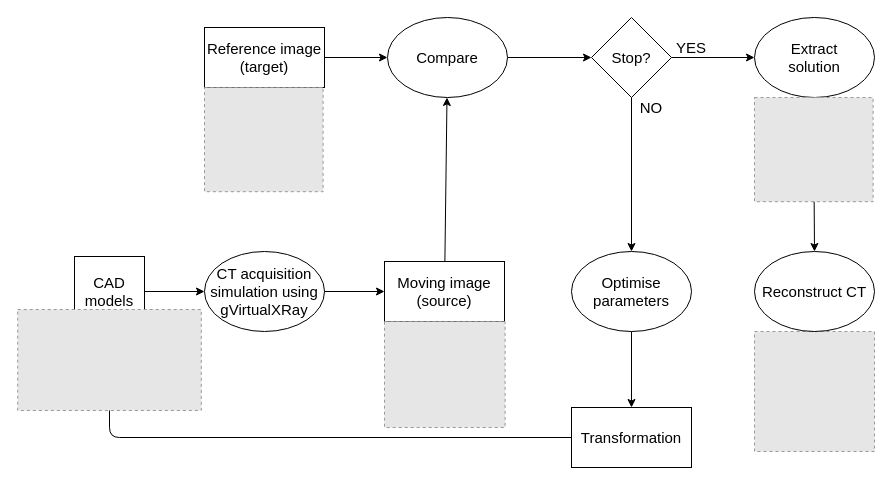
Earlier version of the draw.io diagram doc/registration.drawio (effepivi/CT2CAD-Fibres). Source tidied: cells renumbered, new cells numbered last; positions are measured from the earlier drawing's top-left corner, leaving out a move shared by most shapes. Both pictures are drawn from the tidied source at 100%, with x=0, y=0 at pixel (17, 17). Pictures stored in the file or linked from it are replaced by grey dashed boxes.
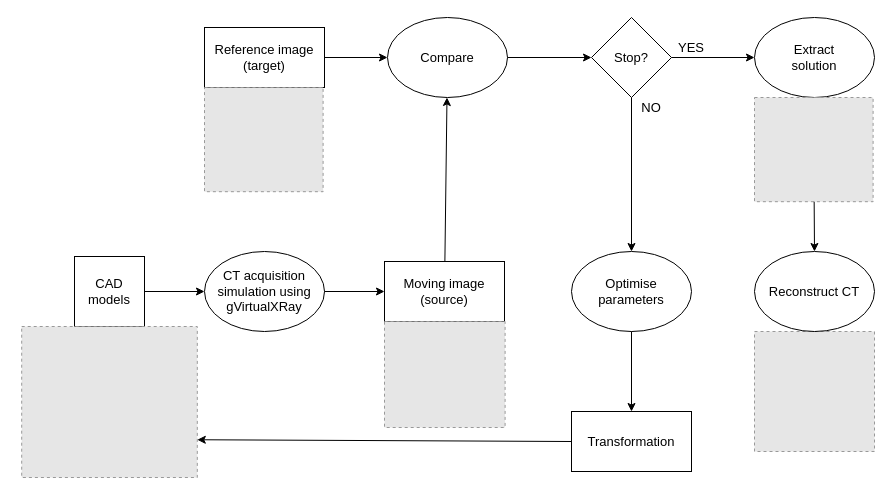
The same diagram, later.

Diff of the diagram source:
```diff
@@
-    <mxCell id="2" value="&lt;div style=&quot;font-size: 15px;&quot;&gt;Reference image&lt;/div&gt;&lt;div style=&quot;font-size: 15px;&quot;&gt;(target)&lt;br style=&quot;font-size: 15px;&quot;&gt;&lt;/div&gt;" style="rounded=0;whiteSpace=wrap;html=1;fontSize=15;" parent="1" vertex="1">
+    <mxCell id="2" value="&lt;div style=&quot;font-size: 13px;&quot;&gt;Reference image&lt;/div&gt;&lt;div style=&quot;font-size: 13px;&quot;&gt;(target)&lt;br style=&quot;font-size: 13px;&quot;&gt;&lt;/div&gt;" style="rounded=0;whiteSpace=wrap;html=1;fontSize=13;" parent="1" vertex="1">
       <mxGeometry x="187" y="10" width="120" height="60" as="geometry" />
     </mxCell>
-    <mxCell id="3" value="&lt;div style=&quot;font-size: 15px;&quot;&gt;Moving image&lt;/div&gt;&lt;div style=&quot;font-size: 15px;&quot;&gt;(source)&lt;br style=&quot;font-size: 15px;&quot;&gt;&lt;/div&gt;" style="rounded=0;whiteSpace=wrap;html=1;fontSize=15;" parent="1" vertex="1">
+    <mxCell id="3" value="&lt;div style=&quot;font-size: 13px;&quot;&gt;Moving image&lt;/div&gt;&lt;div style=&quot;font-size: 13px;&quot;&gt;(source)&lt;br style=&quot;font-size: 13px;&quot;&gt;&lt;/div&gt;" style="rounded=0;whiteSpace=wrap;html=1;fontSize=13;" parent="1" vertex="1">
       <mxGeometry x="367" y="244" width="120" height="60" as="geometry" />
     </mxCell>
-    <mxCell id="4" value="Transformation" style="rounded=0;whiteSpace=wrap;html=1;fontSize=15;" parent="1" vertex="1">
-      <mxGeometry x="554" y="390" width="120" height="60" as="geometry" />
+    <mxCell id="4" value="Transformation" style="rounded=0;whiteSpace=wrap;html=1;fontSize=13;" parent="1" vertex="1">
+      <mxGeometry x="554" y="394" width="120" height="60" as="geometry" />
     </mxCell>
-    <mxCell id="5" value="Compare" style="ellipse;whiteSpace=wrap;html=1;fontSize=15;" parent="1" vertex="1">
+    <mxCell id="5" value="Compare" style="ellipse;whiteSpace=wrap;html=1;fontSize=13;" parent="1" vertex="1">
       <mxGeometry x="370" width="120" height="80" as="geometry" />
     </mxCell>
@@
-    <mxCell id="8" value="Stop?" style="rhombus;whiteSpace=wrap;html=1;fontSize=15;" parent="1" vertex="1">
+    <mxCell id="8" value="Stop?" style="rhombus;whiteSpace=wrap;html=1;fontSize=13;" parent="1" vertex="1">
       <mxGeometry x="574" width="80" height="80" as="geometry" />
     </mxCell>
-    <mxCell id="9" value="&lt;div style=&quot;font-size: 15px;&quot;&gt;Optimise&lt;/div&gt;&lt;div style=&quot;font-size: 15px;&quot;&gt;parameters&lt;br style=&quot;font-size: 15px;&quot;&gt;&lt;/div&gt;" style="ellipse;whiteSpace=wrap;html=1;fontSize=15;" parent="1" vertex="1">
+    <mxCell id="9" value="&lt;div style=&quot;font-size: 13px;&quot;&gt;Optimise&lt;/div&gt;&lt;div style=&quot;font-size: 13px;&quot;&gt;parameters&lt;br style=&quot;font-size: 13px;&quot;&gt;&lt;/div&gt;" style="ellipse;whiteSpace=wrap;html=1;fontSize=13;" parent="1" vertex="1">
       <mxGeometry x="554" y="234" width="120" height="80" as="geometry" />
     </mxCell>
@@
-    <mxCell id="14" value="&lt;div style=&quot;font-size: 15px;&quot;&gt;Extract&lt;/div&gt;&lt;div style=&quot;font-size: 15px;&quot;&gt;solution&lt;br style=&quot;font-size: 15px;&quot;&gt;&lt;/div&gt;" style="ellipse;whiteSpace=wrap;html=1;fontSize=15;" parent="1" vertex="1">
+    <mxCell id="14" value="&lt;div style=&quot;font-size: 13px;&quot;&gt;Extract&lt;/div&gt;&lt;div style=&quot;font-size: 13px;&quot;&gt;solution&lt;br style=&quot;font-size: 13px;&quot;&gt;&lt;/div&gt;" style="ellipse;whiteSpace=wrap;html=1;fontSize=13;" parent="1" vertex="1">
       <mxGeometry x="737" width="120" height="80" as="geometry" />
     </mxCell>
-    <mxCell id="15" value="YES" style="text;html=1;strokeColor=none;fillColor=none;align=center;verticalAlign=middle;whiteSpace=wrap;rounded=0;fontSize=15;" parent="1" vertex="1">
+    <mxCell id="15" value="YES" style="text;html=1;strokeColor=none;fillColor=none;align=center;verticalAlign=middle;whiteSpace=wrap;rounded=0;fontSize=13;" parent="1" vertex="1">
       <mxGeometry x="654" y="20" width="40" height="20" as="geometry" />
     </mxCell>
-    <mxCell id="16" value="NO" style="text;html=1;strokeColor=none;fillColor=none;align=center;verticalAlign=middle;whiteSpace=wrap;rounded=0;fontSize=15;" parent="1" vertex="1">
+    <mxCell id="16" value="NO" style="text;html=1;strokeColor=none;fillColor=none;align=center;verticalAlign=middle;whiteSpace=wrap;rounded=0;fontSize=13;" parent="1" vertex="1">
       <mxGeometry x="614" y="80" width="40" height="20" as="geometry" />
     </mxCell>
@@
-    <mxCell id="19" value="Reconstruct CT" style="ellipse;whiteSpace=wrap;html=1;fontSize=15;" parent="1" vertex="1">
+    <mxCell id="19" value="Reconstruct CT" style="ellipse;whiteSpace=wrap;html=1;fontSize=13;" parent="1" vertex="1">
       <mxGeometry x="737" y="234" width="120" height="80" as="geometry" />
     </mxCell>
@@
-    <mxCell id="23" value="CAD models" style="whiteSpace=wrap;html=1;fontSize=15;" parent="1" vertex="1">
+    <mxCell id="23" value="CAD models" style="whiteSpace=wrap;html=1;fontSize=13;" parent="1" vertex="1">
       <mxGeometry x="57" y="239" width="70" height="70" as="geometry" />
     </mxCell>
-    <mxCell id="24" value="&lt;div&gt;CT acquisition&lt;/div&gt;&lt;div&gt;simulation using gVirtualXRay&lt;br&gt;&lt;/div&gt;" style="ellipse;whiteSpace=wrap;html=1;fontSize=15;" parent="1" vertex="1">
+    <mxCell id="24" value="&lt;div style=&quot;font-size: 13px;&quot;&gt;CT acquisition&lt;/div&gt;&lt;div style=&quot;font-size: 13px;&quot;&gt;simulation using gVirtualXRay&lt;br style=&quot;font-size: 13px;&quot;&gt;&lt;/div&gt;" style="ellipse;whiteSpace=wrap;html=1;fontSize=13;" parent="1" vertex="1">
       <mxGeometry x="187" y="234" width="120" height="80" as="geometry" />
     </mxCell>
@@
-    <mxCell id="27" style="endArrow=classic;html=1;fontSize=15;" parent="1" edge="1" source="4">
-      <mxGeometry relative="1" as="geometry">
-        <mxPoint x="92" y="380" as="targetPoint" />
-        <Array as="points">
-          <mxPoint x="92" y="420" />
-        </Array>
-      </mxGeometry>
-    </mxCell>
     <mxCell id="28" style="fillColor=#E6E6E6;strokeColor=#999999;dashed=1;verticalLabelPosition=bottom;labelBackgroundColor=#ffffff;verticalAlign=top;" parent="1" vertex="1">
-      <mxGeometry x="0.2" y="292" width="183.6" height="101" as="geometry" />
+      <mxGeometry x="4.2" y="309" width="175.6" height="151" as="geometry" />
     </mxCell>
+    <mxCell id="29" style="endArrow=classic;html=1;entryX=1;entryY=0.75;entryDx=0;entryDy=0;exitX=0;exitY=0.5;exitDx=0;exitDy=0;" parent="1" edge="1" source="4" target="28">
+      <mxGeometry relative="1" as="geometry" />
+    </mxCell>
```
